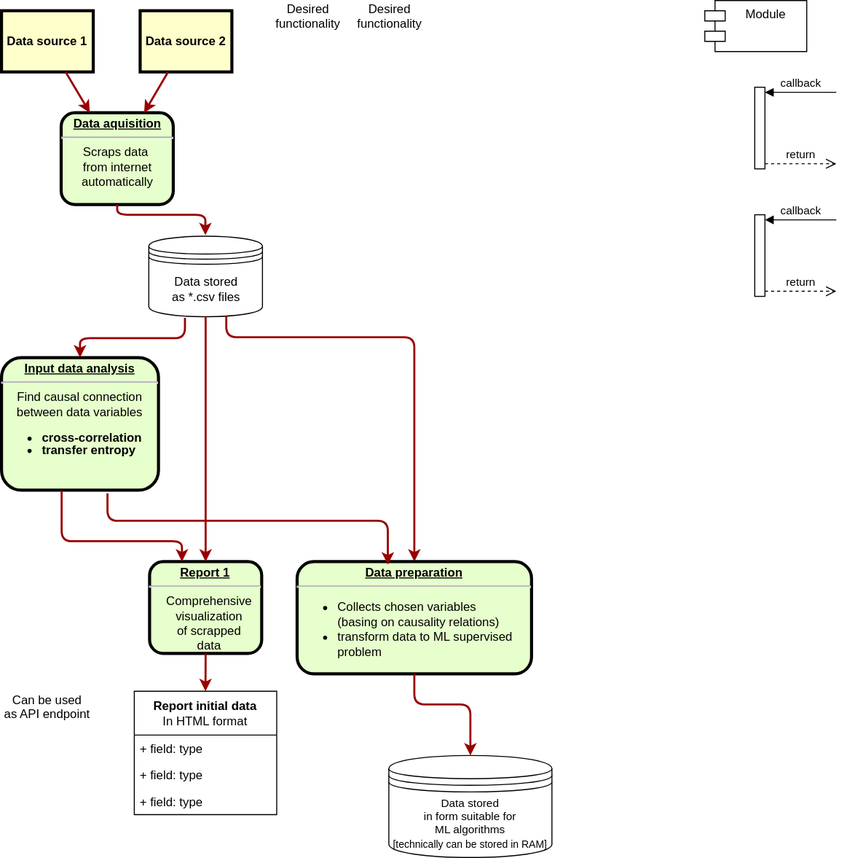
Earlier version of the draw.io export readme/Kopia Diagram bez tytułu.drawio.svg (KKobuszewski/aluminium-prediction). Source tidied: cells renumbered, new cells last; positions are measured from the earlier drawing's top-left corner, leaving out a move shared by most shapes.
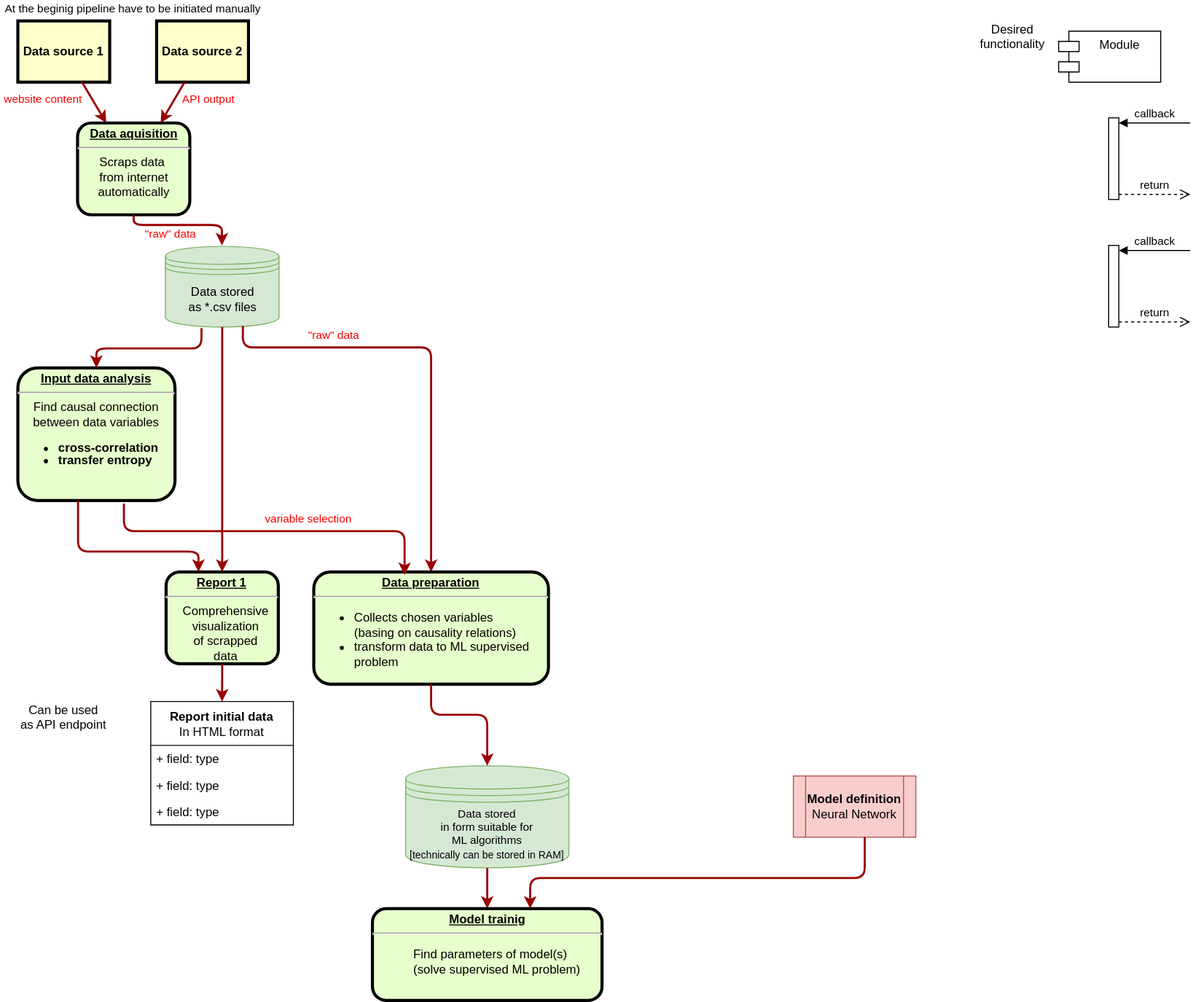
After the commit.

The edit, as a diff of the source:
```diff
@@ -21,10 +21,10 @@
       <mxGeometry relative="1" as="geometry" />
     </mxCell>
     <mxCell id="8" value="Desired &#10;functionality" style="text;spacingTop=-5;align=center;" parent="1" vertex="1">
-      <mxGeometry x="366" width="30" height="20" as="geometry" />
+      <mxGeometry x="960" y="10" width="30" height="20" as="geometry" />
     </mxCell>
-    <mxCell id="9" value="Desired &#10;functionality" style="text;spacingTop=-5;align=center;" parent="1" vertex="1">
-      <mxGeometry x="286" width="30" height="20" as="geometry" />
+    <mxCell id="9" value="At the beginig pipeline have to be initiated manually" style="text;spacingTop=-5;align=center;fontSize=11;" parent="1" vertex="1">
+      <mxGeometry x="-17" y="-10" width="260" height="20" as="geometry" />
     </mxCell>
     <mxCell id="10" style="edgeStyle=elbowEdgeStyle;elbow=vertical;strokeColor=#990000;strokeWidth=2;exitX=0.5;exitY=1;exitDx=0;exitDy=0;" parent="1" edge="1" source="2">
       <mxGeometry relative="1" as="geometry">
@@ -35,22 +35,22 @@
       </mxGeometry>
     </mxCell>
     <mxCell id="11" value="Module" style="shape=module;align=left;spacingLeft=20;align=center;verticalAlign=top;whiteSpace=wrap;html=1;" parent="1" vertex="1">
-      <mxGeometry x="690" width="100" height="50" as="geometry" />
+      <mxGeometry x="1020" y="20" width="100" height="50" as="geometry" />
     </mxCell>
     <mxCell id="12" style="html=1;points=[[0,0,0,0,5],[0,1,0,0,-5],[1,0,0,0,5],[1,1,0,0,-5]];perimeter=orthogonalPerimeter;outlineConnect=0;targetShapes=umlLifeline;portConstraint=eastwest;newEdgeStyle={&quot;curved&quot;:0,&quot;rounded&quot;:0};" parent="1" vertex="1">
-      <mxGeometry x="739" y="85" width="10" height="80" as="geometry" />
+      <mxGeometry x="1069" y="105" width="10" height="80" as="geometry" />
     </mxCell>
     <mxCell id="13" value="callback" style="html=1;verticalAlign=bottom;endArrow=block;curved=0;rounded=0;entryX=1;entryY=0;entryDx=0;entryDy=5;" parent="1" edge="1" target="12">
       <mxGeometry relative="1" as="geometry">
-        <mxPoint x="819" y="90" as="sourcePoint" />
+        <mxPoint x="1149" y="110" as="sourcePoint" />
       </mxGeometry>
     </mxCell>
     <mxCell id="14" value="return" style="html=1;verticalAlign=bottom;endArrow=open;dashed=1;endSize=8;curved=0;rounded=0;exitX=1;exitY=1;exitDx=0;exitDy=-5;" parent="1" edge="1" source="12">
       <mxGeometry relative="1" as="geometry">
-        <mxPoint x="819" y="160" as="targetPoint" />
+        <mxPoint x="1149" y="180" as="targetPoint" />
       </mxGeometry>
     </mxCell>
-    <mxCell id="15" value="&lt;div&gt;Data stored&lt;/div&gt;&lt;div&gt;as *.csv files&lt;br&gt;&lt;/div&gt;" style="shape=datastore;whiteSpace=wrap;html=1;" parent="1" vertex="1">
+    <mxCell id="15" value="&lt;div&gt;Data stored&lt;/div&gt;&lt;div&gt;as *.csv files&lt;br&gt;&lt;/div&gt;" style="shape=datastore;whiteSpace=wrap;html=1;fillColor=#d5e8d4;strokeColor=#82b366;" parent="1" vertex="1">
       <mxGeometry x="144.5" y="231" width="111.5" height="79" as="geometry" />
     </mxCell>
     <mxCell id="16" style="edgeStyle=none;noEdgeStyle=1;strokeColor=#990000;strokeWidth=2;exitX=0.5;exitY=1;exitDx=0;exitDy=0;entryX=0.5;entryY=0;entryDx=0;entryDy=0;" parent="1" edge="1" source="5" target="18">
@@ -87,7 +87,7 @@
     <mxCell id="23" value="&lt;p style=&quot;margin: 0px; margin-top: 4px; text-align: center; text-decoration: underline;&quot;&gt;&lt;strong&gt;Data preparation&lt;br&gt;&lt;/strong&gt;&lt;/p&gt;&lt;hr&gt;&lt;div align=&quot;left&quot;&gt;&lt;ul&gt;&lt;li&gt;&lt;span style=&quot;font-weight: normal;&quot;&gt;Collects chosen variables&lt;br&gt;(basing on causality relations)&lt;/span&gt;&lt;/li&gt;&lt;li&gt;&lt;span style=&quot;font-weight: normal;&quot;&gt;transform data to ML supervised&lt;br&gt;problem&lt;br&gt;&lt;/span&gt;&lt;/li&gt;&lt;/ul&gt;&lt;/div&gt;&lt;div&gt;&lt;span style=&quot;font-weight: normal;&quot;&gt;&lt;br&gt;&lt;/span&gt; &lt;/div&gt;" style="verticalAlign=middle;align=center;overflow=fill;fontSize=12;fontFamily=Helvetica;html=1;rounded=1;fontStyle=1;strokeWidth=3;fillColor=#E6FFCC;" parent="1" vertex="1">
       <mxGeometry x="290" y="550" width="230" height="110" as="geometry" />
     </mxCell>
-    <mxCell id="24" value="&lt;div style=&quot;font-size: 11px;&quot;&gt;&lt;font style=&quot;font-size: 11px;&quot;&gt;Data stored&lt;/font&gt;&lt;/div&gt;&lt;div style=&quot;font-size: 11px;&quot;&gt;&lt;font style=&quot;font-size: 11px;&quot;&gt;in form suitable for&lt;br&gt;&lt;/font&gt;&lt;/div&gt;&lt;div style=&quot;font-size: 11px;&quot;&gt;&lt;font style=&quot;font-size: 11px;&quot;&gt;ML algorithms&lt;/font&gt;&lt;/div&gt;&lt;div&gt;&lt;font style=&quot;font-size: 10px;&quot;&gt;[technically can be stored in RAM]&lt;/font&gt;&lt;br&gt;&lt;/div&gt;" style="shape=datastore;whiteSpace=wrap;html=1;" parent="1" vertex="1">
+    <mxCell id="24" value="&lt;div style=&quot;font-size: 11px;&quot;&gt;&lt;font style=&quot;font-size: 11px;&quot;&gt;Data stored&lt;/font&gt;&lt;/div&gt;&lt;div style=&quot;font-size: 11px;&quot;&gt;&lt;font style=&quot;font-size: 11px;&quot;&gt;in form suitable for&lt;br&gt;&lt;/font&gt;&lt;/div&gt;&lt;div style=&quot;font-size: 11px;&quot;&gt;&lt;font style=&quot;font-size: 11px;&quot;&gt;ML algorithms&lt;/font&gt;&lt;/div&gt;&lt;div&gt;&lt;font style=&quot;font-size: 10px;&quot;&gt;[technically can be stored in RAM]&lt;/font&gt;&lt;br&gt;&lt;/div&gt;" style="shape=datastore;whiteSpace=wrap;html=1;fillColor=#d5e8d4;strokeColor=#82b366;" parent="1" vertex="1">
       <mxGeometry x="380" y="740" width="160" height="100" as="geometry" />
     </mxCell>
     <mxCell id="25" style="edgeStyle=elbowEdgeStyle;elbow=vertical;strokeColor=#990000;strokeWidth=2;entryX=0.5;entryY=0;entryDx=0;entryDy=0;exitX=0.5;exitY=1;exitDx=0;exitDy=0;" parent="1" edge="1" source="23" target="24">
@@ -98,16 +98,16 @@
       </mxGeometry>
     </mxCell>
     <mxCell id="26" style="html=1;points=[[0,0,0,0,5],[0,1,0,0,-5],[1,0,0,0,5],[1,1,0,0,-5]];perimeter=orthogonalPerimeter;outlineConnect=0;targetShapes=umlLifeline;portConstraint=eastwest;newEdgeStyle={&quot;curved&quot;:0,&quot;rounded&quot;:0};" parent="1" vertex="1">
-      <mxGeometry x="739" y="210" width="10" height="80" as="geometry" />
+      <mxGeometry x="1069" y="230" width="10" height="80" as="geometry" />
     </mxCell>
     <mxCell id="27" value="callback" style="html=1;verticalAlign=bottom;endArrow=block;curved=0;rounded=0;entryX=1;entryY=0;entryDx=0;entryDy=5;" parent="1" edge="1" target="26">
       <mxGeometry relative="1" as="geometry">
-        <mxPoint x="819" y="215" as="sourcePoint" />
+        <mxPoint x="1149" y="235" as="sourcePoint" />
       </mxGeometry>
     </mxCell>
     <mxCell id="28" value="return" style="html=1;verticalAlign=bottom;endArrow=open;dashed=1;endSize=8;curved=0;rounded=0;exitX=1;exitY=1;exitDx=0;exitDy=-5;" parent="1" edge="1" source="26">
       <mxGeometry relative="1" as="geometry">
-        <mxPoint x="819" y="285" as="targetPoint" />
+        <mxPoint x="1149" y="305" as="targetPoint" />
       </mxGeometry>
     </mxCell>
     <mxCell id="29" value="&lt;p style=&quot;margin: 0px; margin-top: 4px; text-align: center; text-decoration: underline;&quot;&gt;&lt;strong&gt;Input data analysis&lt;br&gt;&lt;/strong&gt;&lt;/p&gt;&lt;hr&gt;&lt;div&gt;&lt;span style=&quot;font-weight: normal;&quot;&gt;Find causal connection&lt;/span&gt;&lt;/div&gt;&lt;div&gt;&lt;span style=&quot;font-weight: normal;&quot;&gt;between data variables&lt;/span&gt;&lt;/div&gt;&lt;div style=&quot;line-height: 100%;&quot; align=&quot;left&quot;&gt;&lt;ul style=&quot;line-height: 100%;&quot;&gt;&lt;li&gt;cross-correlation&lt;br&gt;&lt;/li&gt;&lt;li&gt;transfer entropy&lt;br&gt;&lt;/li&gt;&lt;/ul&gt;&lt;/div&gt;" style="verticalAlign=middle;align=center;overflow=fill;fontSize=12;fontFamily=Helvetica;html=1;rounded=1;fontStyle=1;strokeWidth=3;fillColor=#E6FFCC;" parent="1" vertex="1">
@@ -134,5 +134,40 @@
     <mxCell id="33" value="Can be used&#10;as API endpoint&#10;" style="text;spacingTop=-5;align=center;" parent="1" vertex="1">
       <mxGeometry x="30" y="677" width="30" height="20" as="geometry" />
     </mxCell>
+    <mxCell id="34" style="edgeStyle=elbowEdgeStyle;elbow=vertical;strokeColor=#990000;strokeWidth=2;entryX=0.5;entryY=0;entryDx=0;entryDy=0;exitX=0.5;exitY=1;exitDx=0;exitDy=0;" parent="1" edge="1" source="24" target="35">
+      <mxGeometry relative="1" as="geometry">
+        <Array as="points">
+          <mxPoint x="490" y="870" />
+        </Array>
+      </mxGeometry>
+    </mxCell>
+    <mxCell id="35" value="&lt;p style=&quot;margin: 0px; margin-top: 4px; text-align: center; text-decoration: underline;&quot;&gt;&lt;strong&gt;Model trainig&lt;br&gt;&lt;/strong&gt;&lt;/p&gt;&lt;hr&gt;&lt;blockquote&gt;&lt;div align=&quot;left&quot;&gt;&lt;span style=&quot;font-weight: normal;&quot;&gt;Find parameters of model(s)&amp;nbsp;&lt;/span&gt;&lt;/div&gt;&lt;div align=&quot;left&quot;&gt;&lt;span style=&quot;font-weight: normal;&quot;&gt;(solve supervised ML problem)&lt;br&gt;&lt;/span&gt;&lt;/div&gt;&lt;/blockquote&gt;" style="verticalAlign=middle;align=center;overflow=fill;fontSize=12;fontFamily=Helvetica;html=1;rounded=1;fontStyle=1;strokeWidth=3;fillColor=#E6FFCC;" parent="1" vertex="1">
+      <mxGeometry x="347.5" y="880" width="225" height="90" as="geometry" />
+    </mxCell>
+    <mxCell id="36" value="&lt;div&gt;&lt;b&gt;Model definition&lt;/b&gt;&lt;br&gt;&lt;/div&gt;&lt;div&gt;Neural Network&lt;/div&gt;" style="shape=process;whiteSpace=wrap;html=1;backgroundOutline=1;fillColor=#f8cecc;strokeColor=#b85450;" parent="1" vertex="1">
+      <mxGeometry x="760" y="750" width="120" height="60" as="geometry" />
+    </mxCell>
+    <mxCell id="37" style="edgeStyle=elbowEdgeStyle;elbow=vertical;strokeColor=#990000;strokeWidth=2;entryX=0.687;entryY=0;entryDx=0;entryDy=0;entryPerimeter=0;exitX=0.583;exitY=1;exitDx=0;exitDy=0;exitPerimeter=0;" parent="1" edge="1" source="36" target="35">
+      <mxGeometry relative="1" as="geometry">
+        <Array as="points">
+          <mxPoint x="670" y="850" />
+        </Array>
+      </mxGeometry>
+    </mxCell>
+    <mxCell id="38" value="variable selection" style="text;spacingTop=-5;align=center;fontSize=11;fontColor=#FF0000;" parent="1" vertex="1">
+      <mxGeometry x="230" y="490" width="110" height="20" as="geometry" />
+    </mxCell>
+    <mxCell id="39" value="&quot;raw&quot; data" style="text;spacingTop=-5;align=center;fontSize=11;fontColor=#FF0000;" parent="1" vertex="1">
+      <mxGeometry x="270" y="310" width="80" height="20" as="geometry" />
+    </mxCell>
+    <mxCell id="40" value="&quot;raw&quot; data" style="text;spacingTop=-5;align=center;fontSize=11;fontColor=#FF0000;" parent="1" vertex="1">
+      <mxGeometry x="110" y="211" width="80" height="20" as="geometry" />
+    </mxCell>
+    <mxCell id="41" value="website content" style="text;spacingTop=-5;align=center;fontSize=11;fontColor=#FF0000;" parent="1" vertex="1">
+      <mxGeometry x="-15" y="79" width="80" height="20" as="geometry" />
+    </mxCell>
+    <mxCell id="42" value="API output" style="text;spacingTop=-5;align=center;fontSize=11;fontColor=#FF0000;" parent="1" vertex="1">
+      <mxGeometry x="147.1" y="79" width="80" height="20" as="geometry" />
+    </mxCell>
   </root>
 </mxGraphModel>
```
